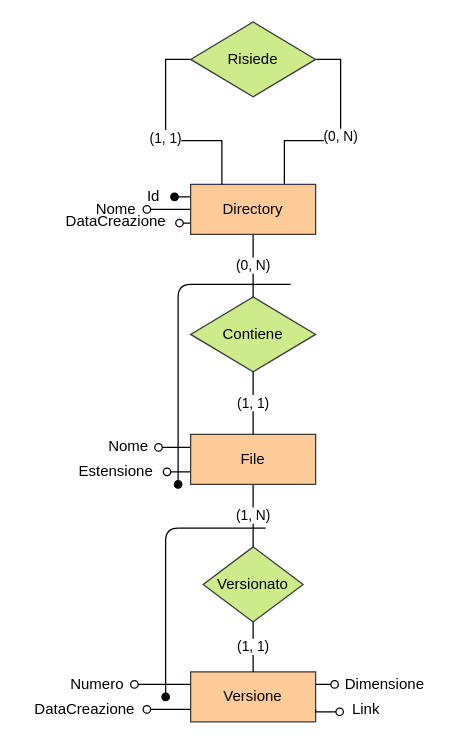
alemazzo/CloudStoreDB keeps this draw.io diagram as page "FileSystem" (3 of 9) of Concettuale/db.drawio. Above is the earlier version. Source tidied: cells renumbered, new cells numbered last; positions are measured from the earlier drawing's top-left corner, leaving out a move shared by most shapes. Both pictures are drawn from the tidied source at 125%, with x=0, y=0 at pixel (21, 21).
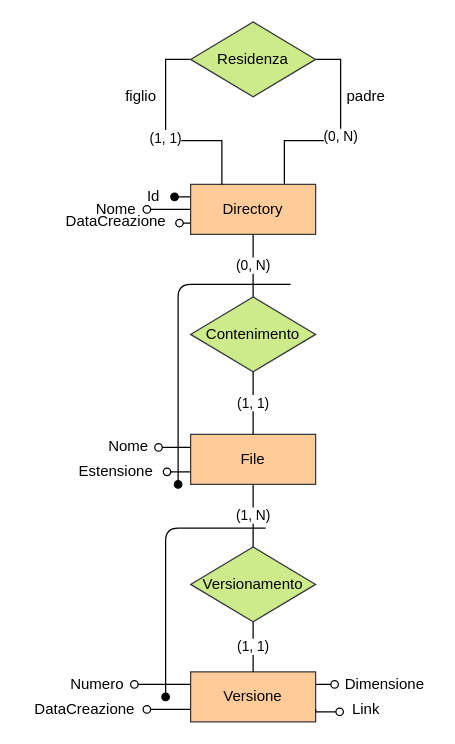
After the change.

The edit, as a diff of the source:
```diff
@@
-    <mxCell id="17" value="Contiene" style="shape=rhombus;perimeter=rhombusPerimeter;whiteSpace=wrap;html=1;align=center;fillColor=#cdeb8b;strokeColor=#36393d;" parent="1" vertex="1">
+    <mxCell id="17" value="Contenimento" style="shape=rhombus;perimeter=rhombusPerimeter;whiteSpace=wrap;html=1;align=center;fillColor=#cdeb8b;strokeColor=#36393d;" parent="1" vertex="1">
       <mxGeometry x="135" y="220" width="100" height="60" as="geometry" />
     </mxCell>
@@
-    <mxCell id="19" value="Risiede" style="shape=rhombus;perimeter=rhombusPerimeter;whiteSpace=wrap;html=1;align=center;fillColor=#cdeb8b;strokeColor=#36393d;" parent="1" vertex="1">
+    <mxCell id="19" value="Residenza" style="shape=rhombus;perimeter=rhombusPerimeter;whiteSpace=wrap;html=1;align=center;fillColor=#cdeb8b;strokeColor=#36393d;" parent="1" vertex="1">
       <mxGeometry x="135" width="100" height="60" as="geometry" />
     </mxCell>
@@
-    <mxCell id="21" value="Versionato" style="shape=rhombus;perimeter=rhombusPerimeter;whiteSpace=wrap;html=1;align=center;fillColor=#cdeb8b;strokeColor=#36393d;" parent="1" vertex="1">
-      <mxGeometry x="145" y="420" width="80" height="60" as="geometry" />
+    <mxCell id="21" value="Versionamento" style="shape=rhombus;perimeter=rhombusPerimeter;whiteSpace=wrap;html=1;align=center;fillColor=#cdeb8b;strokeColor=#36393d;" parent="1" vertex="1">
+      <mxGeometry x="135" y="420" width="100" height="60" as="geometry" />
     </mxCell>
@@
+    <mxCell id="34" value="padre" style="text;html=1;align=center;verticalAlign=middle;strokeColor=none;" parent="1" vertex="1">
+      <mxGeometry x="250" y="50" width="50" height="20" as="geometry" />
+    </mxCell>
+    <mxCell id="35" value="figlio" style="text;html=1;align=center;verticalAlign=middle;strokeColor=none;" parent="1" vertex="1">
+      <mxGeometry x="75" y="50" width="40" height="20" as="geometry" />
+    </mxCell>
```
